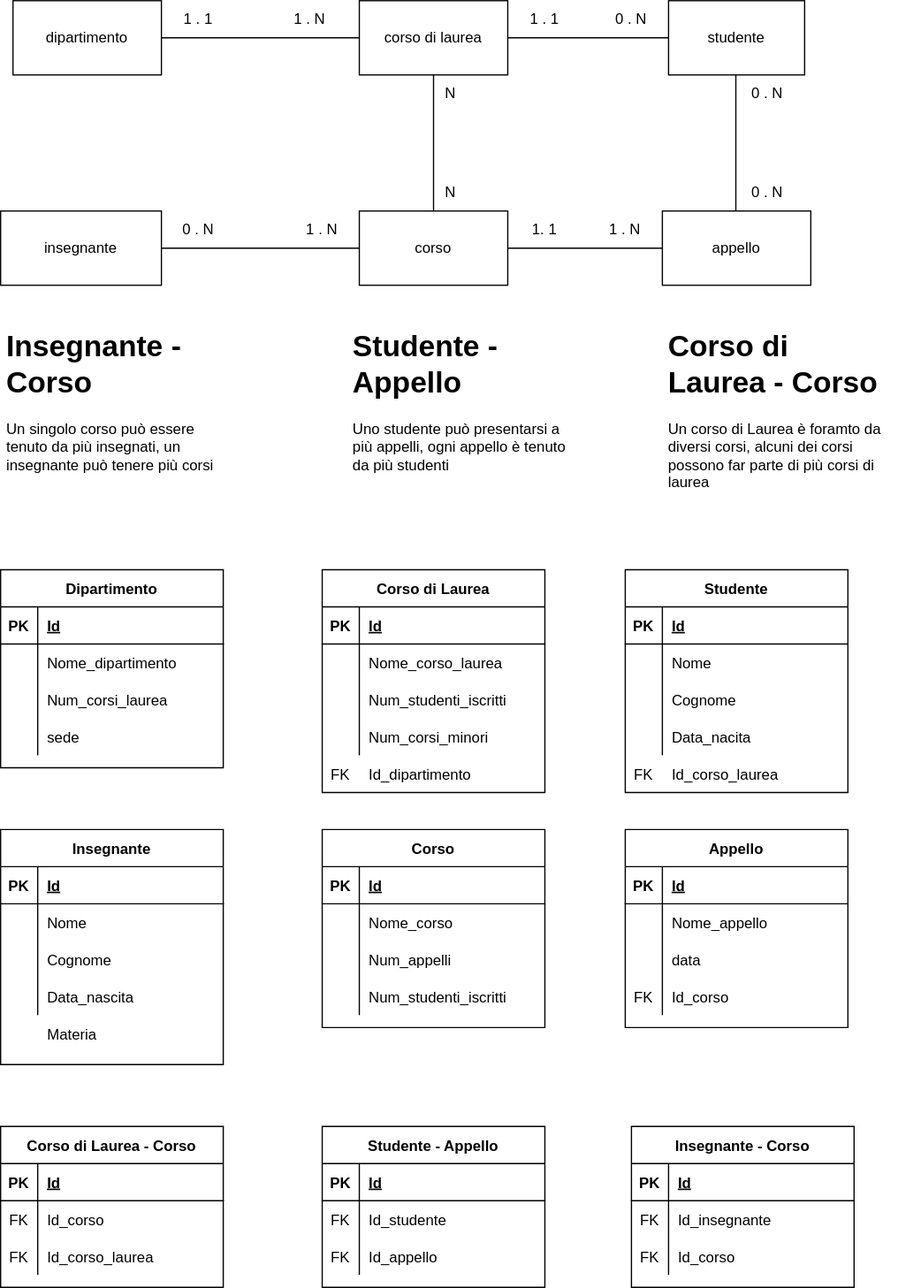
The draw.io diagram University.svg in ParisiA02/db-university, before a commit. Source tidied: cells renumbered, new cells last; positions are measured from the earlier drawing's top-left corner, leaving out a move shared by most shapes.
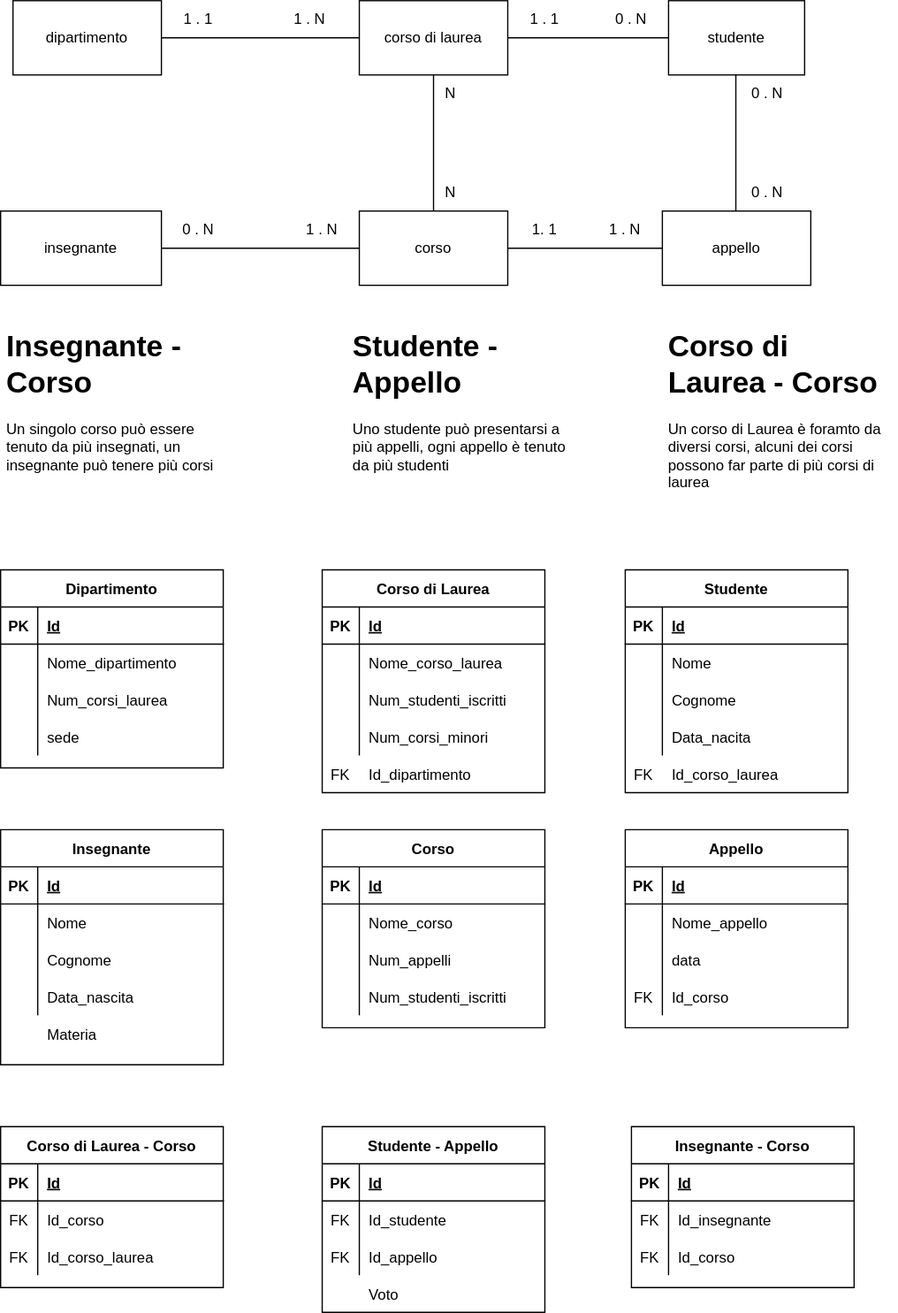
The same diagram one commit later.

The edit, as a diff of the source:
```diff
@@ -354,7 +354,7 @@
       <mxGeometry x="30" width="150" height="30" as="geometry" />
     </mxCell>
     <mxCell id="118" value="Studente - Appello" style="shape=table;startSize=30;rowLines=0;fontStyle=1;align=center;" parent="1" vertex="1">
-      <mxGeometry x="260" y="910" width="180" height="130" as="geometry" />
+      <mxGeometry x="260" y="910" width="180" height="150" as="geometry" />
     </mxCell>
     <mxCell id="119" style="shape=tableRow;horizontal=0;startSize=0;swimlaneHead=0;swimlaneBody=0;fillColor=none;top=0;left=0;right=0;bottom=1;" parent="118" vertex="1">
       <mxGeometry y="30" width="180" height="30" as="geometry" />
@@ -431,5 +431,8 @@
     <mxCell id="143" value="Id_corso" style="shape=partialRectangle;fillColor=none;top=0;left=0;bottom=0;right=0;align=left;spacingLeft=6;overflow=hidden;" parent="1" vertex="1">
       <mxGeometry x="535" y="790" width="150" height="30" as="geometry" />
     </mxCell>
+    <mxCell id="144" value="Voto" style="shape=partialRectangle;fillColor=none;top=0;left=0;bottom=0;right=0;align=left;spacingLeft=6;overflow=hidden;" parent="1" vertex="1">
+      <mxGeometry x="290" y="1030" width="150" height="30" as="geometry" />
+    </mxCell>
   </root>
 </mxGraphModel>
```
